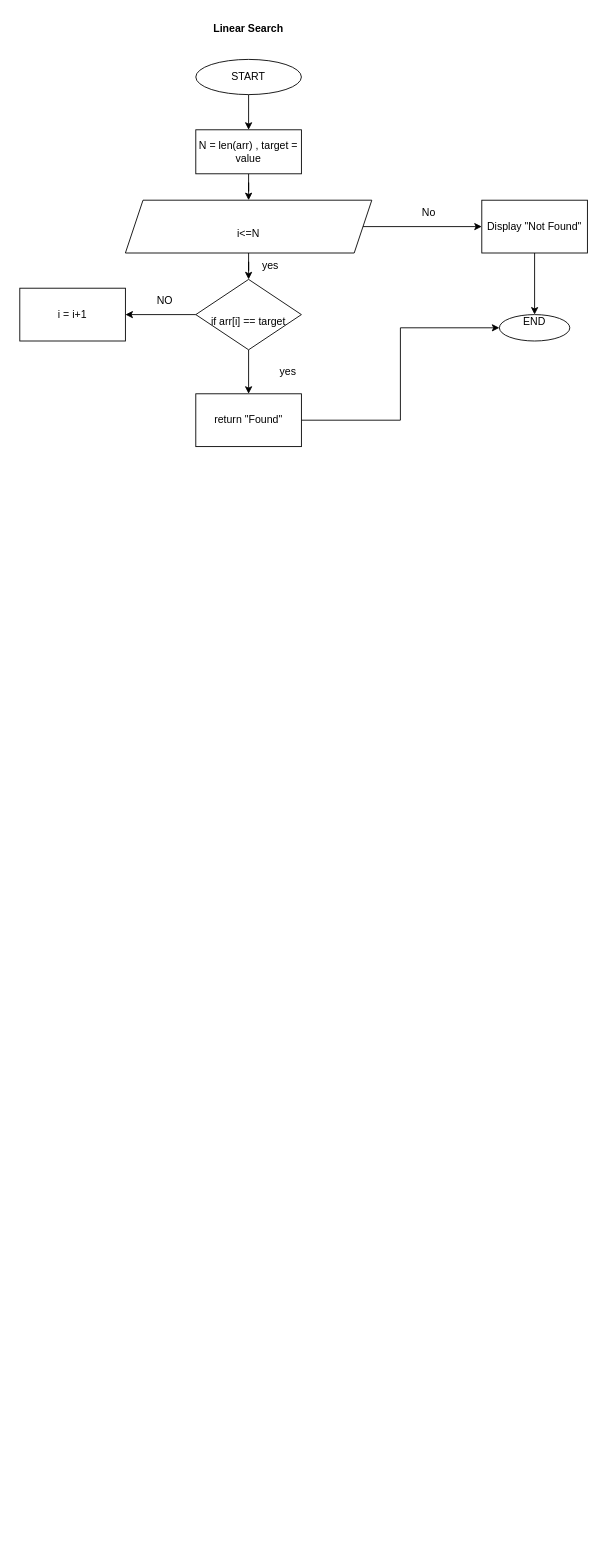
aniketsdev/DSA keeps this draw.io diagram as Day 3.drawio. Above is the earlier version. Source tidied: cells renumbered, new cells numbered last; positions are measured from the earlier drawing's top-left corner, leaving out a move shared by most shapes. Both pictures are drawn from the tidied source at 88%, with x=0, y=0 at pixel (19, 15).
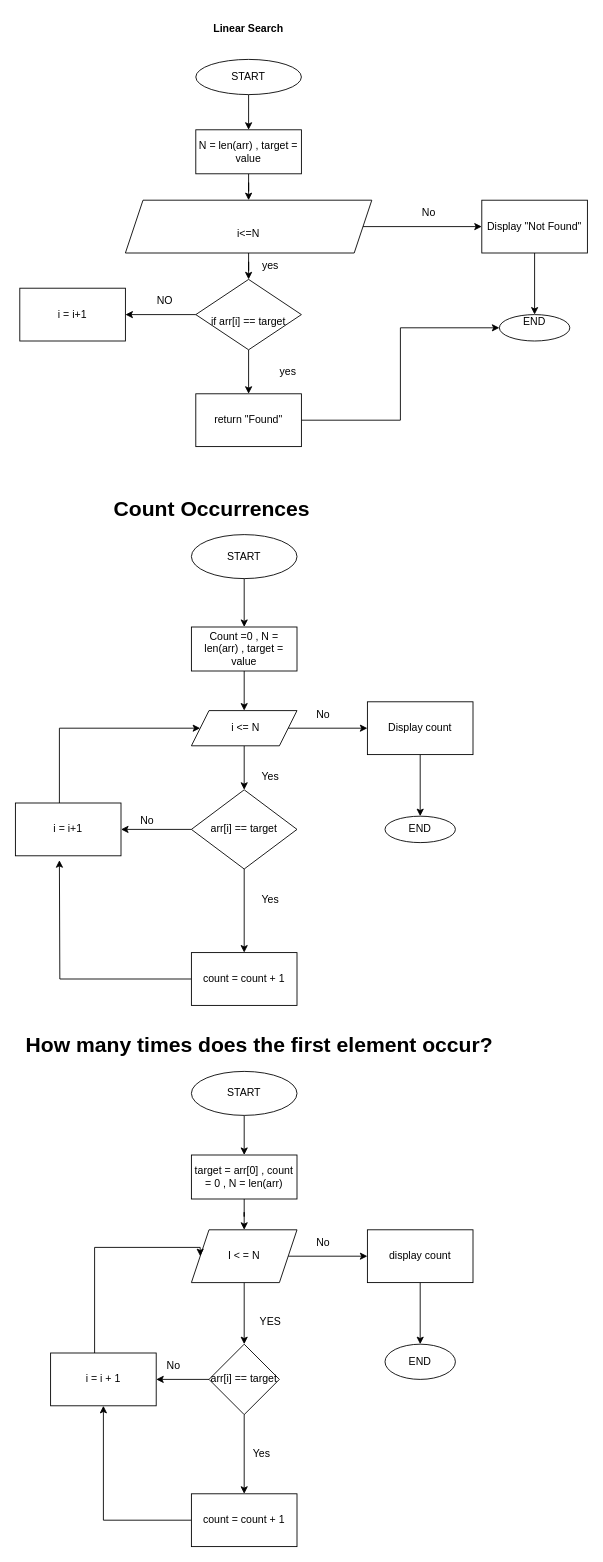
After the change.

Diff of the diagram source:
```diff
@@
+    <mxCell id="23" value="&lt;h1 style=&quot;margin-top: 0px;&quot;&gt;Count Occurrences&lt;/h1&gt;" style="text;html=1;whiteSpace=wrap;overflow=hidden;rounded=0;" parent="1" vertex="1">
+      <mxGeometry x="105" y="540" width="480" height="120" as="geometry" />
+    </mxCell>
+    <mxCell id="24" style="edgeStyle=orthogonalEdgeStyle;rounded=0;jettySize=auto;html=1;" parent="1" edge="1" source="25" target="27">
+      <mxGeometry relative="1" as="geometry" />
+    </mxCell>
+    <mxCell id="25" value="START" style="ellipse;whiteSpace=wrap;html=1;shapeInside=1;" parent="1" vertex="1">
+      <mxGeometry x="195" y="590" width="120" height="50" as="geometry" />
+    </mxCell>
+    <mxCell id="26" style="edgeStyle=orthogonalEdgeStyle;rounded=0;jettySize=auto;html=1;" parent="1" edge="1" source="27" target="30">
+      <mxGeometry relative="1" as="geometry" />
+    </mxCell>
+    <mxCell id="27" value="Count =0 , N = len(arr) , target = value" style="whiteSpace=wrap;html=1;" parent="1" vertex="1">
+      <mxGeometry x="195" y="695" width="120" height="50" as="geometry" />
+    </mxCell>
+    <mxCell id="28" style="edgeStyle=orthogonalEdgeStyle;rounded=0;jettySize=auto;html=1;" parent="1" edge="1" source="30" target="32">
+      <mxGeometry relative="1" as="geometry" />
+    </mxCell>
+    <mxCell id="29" style="edgeStyle=orthogonalEdgeStyle;rounded=0;jettySize=auto;html=1;" parent="1" edge="1" source="30" target="36">
+      <mxGeometry relative="1" as="geometry" />
+    </mxCell>
+    <mxCell id="30" value="&amp;nbsp;i &amp;lt;= N" style="shape=parallelogram;perimeter=parallelogramPerimeter;whiteSpace=wrap;html=1;shapeInside=1;fixedSize=1;" parent="1" vertex="1">
+      <mxGeometry x="195" y="790" width="120" height="40" as="geometry" />
+    </mxCell>
+    <mxCell id="31" style="edgeStyle=orthogonalEdgeStyle;rounded=0;jettySize=auto;html=1;" parent="1" edge="1" source="32" target="33">
+      <mxGeometry relative="1" as="geometry" />
+    </mxCell>
+    <mxCell id="32" value="Display count" style="whiteSpace=wrap;html=1;" parent="1" vertex="1">
+      <mxGeometry x="395" y="780" width="120" height="60" as="geometry" />
+    </mxCell>
+    <mxCell id="33" value="END" style="ellipse;whiteSpace=wrap;html=1;shapeInside=1;" parent="1" vertex="1">
+      <mxGeometry x="415" y="910" width="80" height="30" as="geometry" />
+    </mxCell>
+    <mxCell id="34" style="edgeStyle=orthogonalEdgeStyle;rounded=0;jettySize=auto;html=1;" parent="1" edge="1" source="36" target="38">
+      <mxGeometry relative="1" as="geometry" />
+    </mxCell>
+    <mxCell id="35" style="edgeStyle=orthogonalEdgeStyle;rounded=0;jettySize=auto;html=1;" parent="1" edge="1" source="36" target="41">
+      <mxGeometry relative="1" as="geometry" />
+    </mxCell>
+    <mxCell id="36" value="arr[i] == target" style="rhombus;whiteSpace=wrap;html=1;shapeInside=1;" parent="1" vertex="1">
+      <mxGeometry x="195" y="880" width="120" height="90" as="geometry" />
+    </mxCell>
+    <mxCell id="37" style="edgeStyle=orthogonalEdgeStyle;rounded=0;jettySize=auto;html=1;entryX=0;entryY=0.5;entryDx=0;entryDy=0;" parent="1" edge="1" source="38" target="30">
+      <mxGeometry relative="1" as="geometry">
+        <Array as="points">
+          <mxPoint x="45" y="810" />
+        </Array>
+      </mxGeometry>
+    </mxCell>
+    <mxCell id="38" value="i = i+1" style="whiteSpace=wrap;html=1;" parent="1" vertex="1">
+      <mxGeometry x="-5" y="895" width="120" height="60" as="geometry" />
+    </mxCell>
+    <mxCell id="39" value="No" style="text;html=1;whiteSpace=wrap;strokeColor=none;fillColor=none;align=center;verticalAlign=middle;rounded=0;" parent="1" vertex="1">
+      <mxGeometry x="115" y="900" width="60" height="30" as="geometry" />
+    </mxCell>
+    <mxCell id="40" style="edgeStyle=orthogonalEdgeStyle;rounded=0;jettySize=auto;html=1;" parent="1" edge="1" source="41">
+      <mxGeometry relative="1" as="geometry">
+        <mxPoint x="45" y="960" as="targetPoint" />
+      </mxGeometry>
+    </mxCell>
+    <mxCell id="41" value="count = count + 1" style="whiteSpace=wrap;html=1;" parent="1" vertex="1">
+      <mxGeometry x="195" y="1065" width="120" height="60" as="geometry" />
+    </mxCell>
+    <mxCell id="42" value="Yes" style="text;html=1;whiteSpace=wrap;strokeColor=none;fillColor=none;align=center;verticalAlign=middle;rounded=0;" parent="1" vertex="1">
+      <mxGeometry x="255" y="990" width="60" height="30" as="geometry" />
+    </mxCell>
+    <mxCell id="43" value="Yes" style="text;html=1;whiteSpace=wrap;strokeColor=none;fillColor=none;align=center;verticalAlign=middle;rounded=0;" parent="1" vertex="1">
+      <mxGeometry x="255" y="850" width="60" height="30" as="geometry" />
+    </mxCell>
+    <mxCell id="44" value="No" style="text;html=1;whiteSpace=wrap;strokeColor=none;fillColor=none;align=center;verticalAlign=middle;rounded=0;" parent="1" vertex="1">
+      <mxGeometry x="315" y="780" width="60" height="30" as="geometry" />
+    </mxCell>
+    <mxCell id="45" value="&lt;h1 style=&quot;margin-top: 0px;&quot;&gt;How many times does the first element occur?&lt;/h1&gt;&lt;div&gt;&lt;br&gt;&lt;/div&gt;" style="text;html=1;whiteSpace=wrap;overflow=hidden;rounded=0;" parent="1" vertex="1">
+      <mxGeometry x="5" y="1150" width="600" height="120" as="geometry" />
+    </mxCell>
+    <mxCell id="46" style="edgeStyle=orthogonalEdgeStyle;rounded=0;jettySize=auto;html=1;" parent="1" edge="1" source="47" target="49">
+      <mxGeometry relative="1" as="geometry" />
+    </mxCell>
+    <mxCell id="47" value="START" style="ellipse;whiteSpace=wrap;html=1;shapeInside=1;" parent="1" vertex="1">
+      <mxGeometry x="195" y="1200" width="120" height="50" as="geometry" />
+    </mxCell>
+    <mxCell id="48" style="edgeStyle=orthogonalEdgeStyle;rounded=0;jettySize=auto;html=1;" parent="1" edge="1" source="49" target="52">
+      <mxGeometry relative="1" as="geometry" />
+    </mxCell>
+    <mxCell id="49" value="target = arr[0] , count = 0 , N = len(arr)" style="whiteSpace=wrap;html=1;" parent="1" vertex="1">
+      <mxGeometry x="195" y="1295" width="120" height="50" as="geometry" />
+    </mxCell>
+    <mxCell id="50" style="edgeStyle=orthogonalEdgeStyle;rounded=0;jettySize=auto;html=1;" parent="1" edge="1" source="52" target="54">
+      <mxGeometry relative="1" as="geometry" />
+    </mxCell>
+    <mxCell id="51" style="edgeStyle=orthogonalEdgeStyle;rounded=0;jettySize=auto;html=1;" parent="1" edge="1" source="52" target="59">
+      <mxGeometry relative="1" as="geometry" />
+    </mxCell>
+    <mxCell id="52" value="I &amp;lt; = N" style="shape=parallelogram;perimeter=parallelogramPerimeter;whiteSpace=wrap;html=1;shapeInside=1;fixedSize=1;" parent="1" vertex="1">
+      <mxGeometry x="195" y="1380" width="120" height="60" as="geometry" />
+    </mxCell>
+    <mxCell id="53" style="edgeStyle=orthogonalEdgeStyle;rounded=0;jettySize=auto;html=1;" parent="1" edge="1" source="54" target="55">
+      <mxGeometry relative="1" as="geometry" />
+    </mxCell>
+    <mxCell id="54" value="display count" style="whiteSpace=wrap;html=1;" parent="1" vertex="1">
+      <mxGeometry x="395" y="1380" width="120" height="60" as="geometry" />
+    </mxCell>
+    <mxCell id="55" value="END" style="ellipse;whiteSpace=wrap;html=1;shapeInside=1;" parent="1" vertex="1">
+      <mxGeometry x="415" y="1510" width="80" height="40" as="geometry" />
+    </mxCell>
+    <mxCell id="56" value="No" style="text;html=1;whiteSpace=wrap;strokeColor=none;fillColor=none;align=center;verticalAlign=middle;rounded=0;" parent="1" vertex="1">
+      <mxGeometry x="315" y="1380" width="60" height="30" as="geometry" />
+    </mxCell>
+    <mxCell id="57" style="edgeStyle=orthogonalEdgeStyle;rounded=0;jettySize=auto;html=1;" parent="1" edge="1" source="59" target="62">
+      <mxGeometry relative="1" as="geometry" />
+    </mxCell>
+    <mxCell id="58" style="edgeStyle=orthogonalEdgeStyle;rounded=0;jettySize=auto;html=1;" parent="1" edge="1" source="59" target="65">
+      <mxGeometry relative="1" as="geometry" />
+    </mxCell>
+    <mxCell id="59" value="arr[i] == target" style="rhombus;whiteSpace=wrap;html=1;shapeInside=1;" parent="1" vertex="1">
+      <mxGeometry x="215" y="1510" width="80" height="80" as="geometry" />
+    </mxCell>
+    <mxCell id="60" value="YES" style="text;html=1;whiteSpace=wrap;strokeColor=none;fillColor=none;align=center;verticalAlign=middle;rounded=0;" parent="1" vertex="1">
+      <mxGeometry x="255" y="1470" width="60" height="30" as="geometry" />
+    </mxCell>
+    <mxCell id="61" style="edgeStyle=orthogonalEdgeStyle;rounded=0;jettySize=auto;html=1;entryX=0;entryY=0.5;entryDx=0;entryDy=0;" parent="1" edge="1" source="62" target="52">
+      <mxGeometry relative="1" as="geometry">
+        <Array as="points">
+          <mxPoint x="85" y="1400" />
+          <mxPoint x="205" y="1400" />
+        </Array>
+      </mxGeometry>
+    </mxCell>
+    <mxCell id="62" value="i = i + 1" style="whiteSpace=wrap;html=1;" parent="1" vertex="1">
+      <mxGeometry x="35" y="1520" width="120" height="60" as="geometry" />
+    </mxCell>
+    <mxCell id="63" value="No" style="text;html=1;whiteSpace=wrap;strokeColor=none;fillColor=none;align=center;verticalAlign=middle;rounded=0;" parent="1" vertex="1">
+      <mxGeometry x="145" y="1520" width="60" height="30" as="geometry" />
+    </mxCell>
+    <mxCell id="64" style="edgeStyle=orthogonalEdgeStyle;rounded=0;jettySize=auto;html=1;entryX=0.5;entryY=1;entryDx=0;entryDy=0;" parent="1" edge="1" source="65" target="62">
+      <mxGeometry relative="1" as="geometry" />
+    </mxCell>
+    <mxCell id="65" value="count = count + 1" style="whiteSpace=wrap;html=1;" parent="1" vertex="1">
+      <mxGeometry x="195" y="1680" width="120" height="60" as="geometry" />
+    </mxCell>
+    <mxCell id="66" value="Yes" style="text;html=1;whiteSpace=wrap;strokeColor=none;fillColor=none;align=center;verticalAlign=middle;rounded=0;" parent="1" vertex="1">
+      <mxGeometry x="245" y="1620" width="60" height="30" as="geometry" />
+    </mxCell>
```
